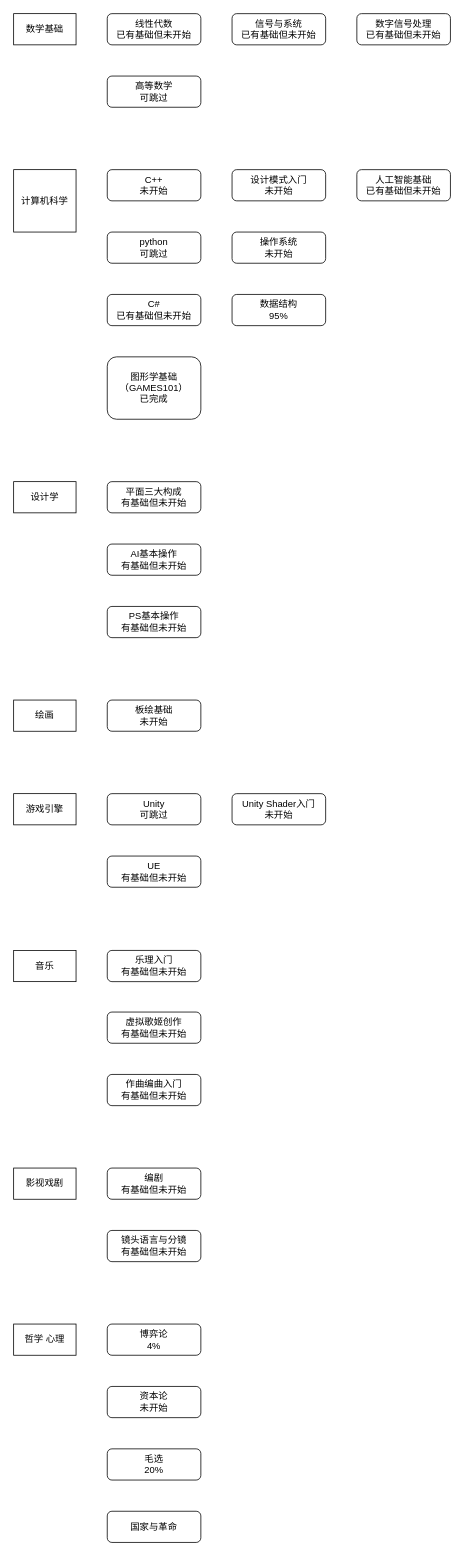
The draw.io diagram 基本学习路线.drawio in 2431903722/learning-path, before the edit. Source tidied: cells renumbered, new cells numbered last; positions are measured from the earlier drawing's top-left corner, leaving out a move shared by most shapes. Both pictures are drawn from the tidied source at 78%, with x=0, y=0 at pixel (13, 13).
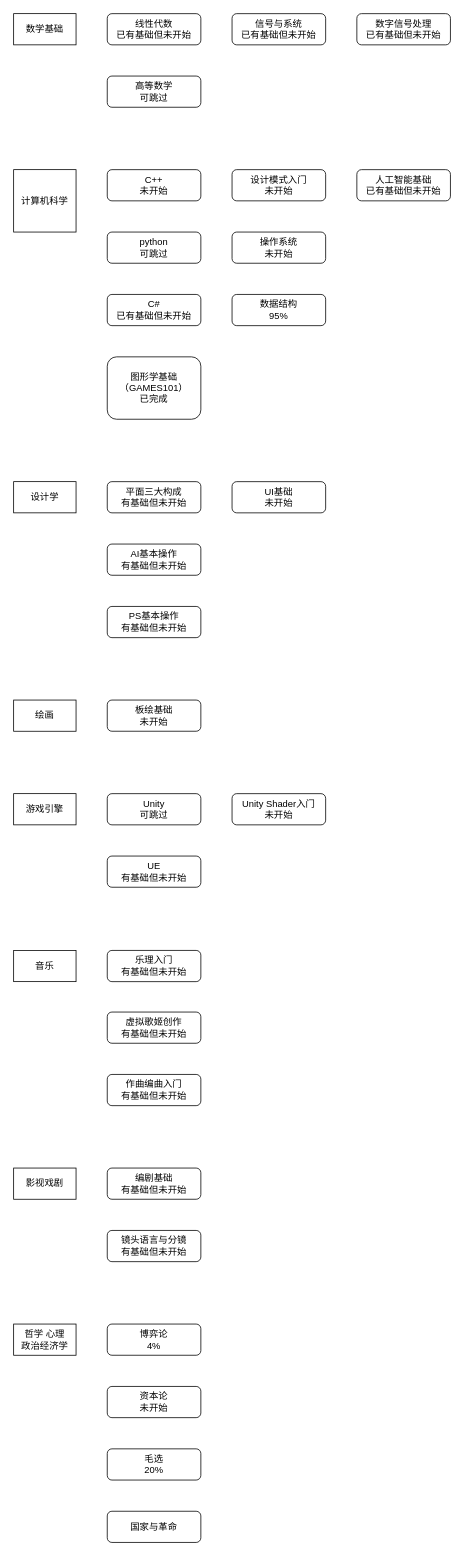
After the change.

Change to the diagram source:
```diff
@@
-    <mxCell id="30" value="编剧&lt;br&gt;有基础但未开始" style="rounded=1;whiteSpace=wrap;html=1;" parent="1" vertex="1">
+    <mxCell id="30" value="编剧基础&lt;br&gt;有基础但未开始" style="rounded=1;whiteSpace=wrap;html=1;" parent="1" vertex="1">
       <mxGeometry x="120" y="1480" width="120" height="40" as="geometry" />
     </mxCell>
@@
-    <mxCell id="32" value="哲学 心理" style="rounded=0;whiteSpace=wrap;html=1;" parent="1" vertex="1">
+    <mxCell id="32" value="哲学 心理&lt;br&gt;政治经济学" style="rounded=0;whiteSpace=wrap;html=1;" parent="1" vertex="1">
       <mxGeometry y="1680" width="80" height="40" as="geometry" />
     </mxCell>
@@
+    <mxCell id="38" value="UI基础&lt;br&gt;未开始" style="rounded=1;whiteSpace=wrap;html=1;" parent="1" vertex="1">
+      <mxGeometry x="280" y="600" width="120" height="40" as="geometry" />
+    </mxCell>
```
